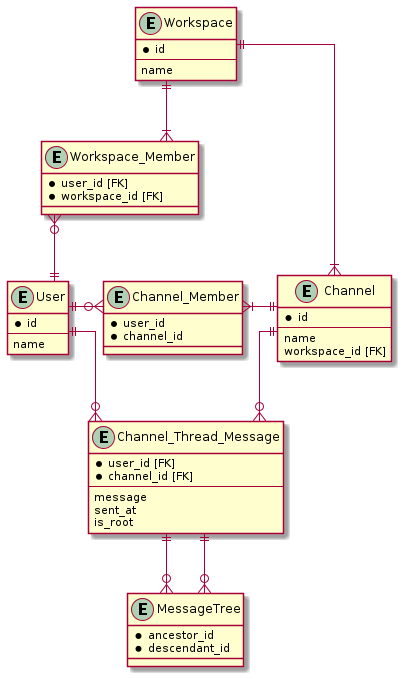
Earlier version of the PlantUML export database/30_modeling2/assets/chat-v1.png (shimopino/praha-challenges).
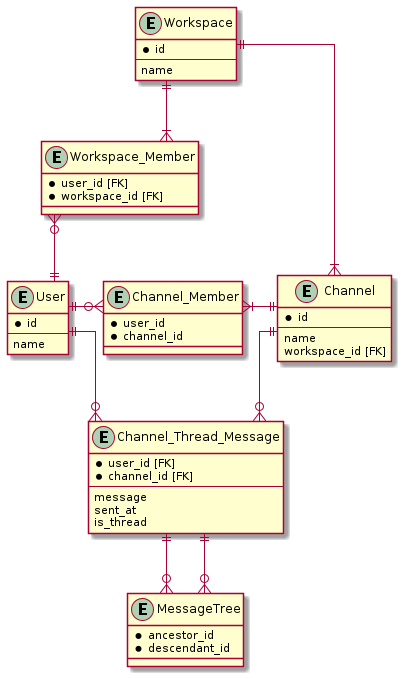
After the change.

Commit message:
docs: Channel_Thread_Messageのフラグをわかりやすい命名に変更 #104

What changed in the source:
```diff
@@ -37,7 +37,7 @@
     --
     message
     sent_at
-    is_root
+    is_thread
 }
 
 entity MessageTree {
```
